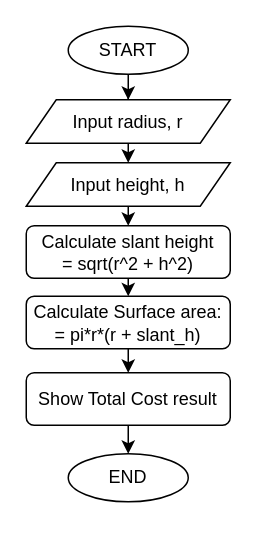
Above: DATA STRUCTURE AND  ALGORITHM/1.10 Volume and Surface area of Sphere .drawio in buicaothe/PYTHON (draw.io), before the change. Source tidied: cells renumbered, new cells numbered last; positions are measured from the earlier drawing's top-left corner, leaving out a move shared by most shapes. Both pictures are drawn from the tidied source at 150%, with x=0, y=0 at pixel (26, 26).
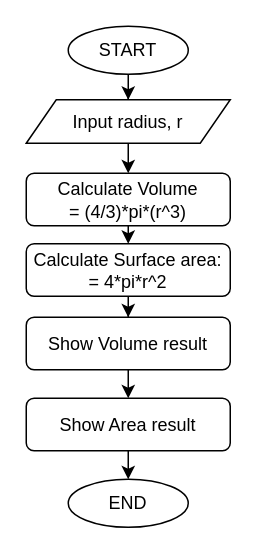
After the change.

Diff of the diagram source:
```diff
@@
 <mxGraphModel>
   <root>
     <mxCell id="0" />
     <mxCell id="1" parent="0" />
     <mxCell id="2" style="edgeStyle=orthogonalEdgeStyle;rounded=0;jettySize=auto;html=1;entryX=0.5;entryY=0;entryDx=0;entryDy=0;" parent="1" edge="1" source="3" target="5">
       <mxGeometry relative="1" as="geometry" />
     </mxCell>
     <mxCell id="3" value="START" style="ellipse;whiteSpace=wrap;html=1;shapeInside=1;" parent="1" vertex="1">
       <mxGeometry x="28" width="80" height="32" as="geometry" />
     </mxCell>
-    <mxCell id="4" style="edgeStyle=orthogonalEdgeStyle;rounded=0;jettySize=auto;html=1;exitX=0.5;exitY=1;exitDx=0;exitDy=0;entryX=0.5;entryY=0;entryDx=0;entryDy=0;" parent="1" edge="1" source="5" target="13">
-      <mxGeometry relative="1" as="geometry" />
-    </mxCell>
+    <mxCell id="16" style="edgeStyle=orthogonalEdgeStyle;rounded=0;jettySize=auto;html=1;exitX=0.5;exitY=1;exitDx=0;exitDy=0;entryX=0.5;entryY=0;entryDx=0;entryDy=0;" parent="1" edge="1" source="5" target="15">
+      <mxGeometry relative="1" as="geometry" />
+    </mxCell>
     <mxCell id="5" value="Input radius, r" style="shape=parallelogram;perimeter=parallelogramPerimeter;whiteSpace=wrap;html=1;shapeInside=1;fixedSize=1;" parent="1" vertex="1">
       <mxGeometry y="49" width="136" height="29" as="geometry" />
     </mxCell>
     <mxCell id="6" style="edgeStyle=orthogonalEdgeStyle;rounded=0;orthogonalLoop=1;jettySize=auto;html=1;innerLoopWaypoints=1;exitX=0.5;exitY=1;exitDx=0;exitDy=0;" parent="1" edge="1">
       <mxGeometry relative="1" as="geometry">
-        <mxPoint x="68" y="179" as="sourcePoint" />
-        <mxPoint x="68" y="179" as="targetPoint" />
+        <mxPoint x="68" y="144" as="sourcePoint" />
+        <mxPoint x="68" y="144" as="targetPoint" />
       </mxGeometry>
     </mxCell>
     <mxCell id="7" style="edgeStyle=orthogonalEdgeStyle;rounded=0;jettySize=auto;html=1;exitX=0.5;exitY=1;exitDx=0;exitDy=0;" parent="1" edge="1" source="8">
       <mxGeometry relative="1" as="geometry">
-        <mxPoint x="68" y="285" as="targetPoint" />
+        <mxPoint x="68" y="302" as="targetPoint" />
       </mxGeometry>
     </mxCell>
-    <mxCell id="8" value="Show Total Cost result" style="rounded=1;whiteSpace=wrap;html=1;" parent="1" vertex="1">
-      <mxGeometry y="231" width="136" height="35" as="geometry" />
+    <mxCell id="8" value="Show Area result" style="rounded=1;whiteSpace=wrap;html=1;" parent="1" vertex="1">
+      <mxGeometry y="248" width="136" height="35" as="geometry" />
     </mxCell>
     <mxCell id="9" value="END" style="ellipse;whiteSpace=wrap;html=1;shapeInside=1;" parent="1" vertex="1">
-      <mxGeometry x="28" y="285" width="80" height="32" as="geometry" />
+      <mxGeometry x="28" y="302" width="80" height="32" as="geometry" />
     </mxCell>
-    <mxCell id="10" style="edgeStyle=orthogonalEdgeStyle;rounded=0;jettySize=auto;html=1;exitX=0.5;exitY=1;exitDx=0;exitDy=0;entryX=0.5;entryY=0;entryDx=0;entryDy=0;" parent="1" edge="1" source="11" target="8">
-      <mxGeometry relative="1" as="geometry" />
-    </mxCell>
+    <mxCell id="17" style="edgeStyle=orthogonalEdgeStyle;rounded=0;jettySize=auto;html=1;" parent="1" edge="1" source="11" target="19">
+      <mxGeometry relative="1" as="geometry" />
+    </mxCell>
-    <mxCell id="11" value="Calculate Surface area:&lt;div&gt;= pi*r*(r + slant_h)&lt;/div&gt;" style="rounded=1;whiteSpace=wrap;html=1;" parent="1" vertex="1">
-      <mxGeometry y="180" width="136" height="35" as="geometry" />
+    <mxCell id="11" value="Calculate Surface area:&lt;div&gt;= 4*pi*r^2&lt;/div&gt;" style="rounded=1;whiteSpace=wrap;html=1;" parent="1" vertex="1">
+      <mxGeometry y="145" width="136" height="35" as="geometry" />
     </mxCell>
-    <mxCell id="12" style="edgeStyle=orthogonalEdgeStyle;rounded=0;jettySize=auto;html=1;exitX=0.5;exitY=1;exitDx=0;exitDy=0;entryX=0.5;entryY=0;entryDx=0;entryDy=0;" parent="1" edge="1" source="13" target="15">
-      <mxGeometry relative="1" as="geometry" />
-    </mxCell>
-    <mxCell id="13" value="Input height, h" style="shape=parallelogram;perimeter=parallelogramPerimeter;whiteSpace=wrap;html=1;shapeInside=1;fixedSize=1;" parent="1" vertex="1">
-      <mxGeometry y="91" width="136" height="29" as="geometry" />
-    </mxCell>
     <mxCell id="14" style="edgeStyle=orthogonalEdgeStyle;rounded=0;jettySize=auto;html=1;exitX=0.5;exitY=1;exitDx=0;exitDy=0;entryX=0.5;entryY=0;entryDx=0;entryDy=0;" parent="1" edge="1" source="15" target="11">
       <mxGeometry relative="1" as="geometry" />
     </mxCell>
-    <mxCell id="15" value="Calculate slant height&lt;br&gt;&lt;div&gt;= sqrt(r^2 + h^2)&lt;/div&gt;" style="rounded=1;whiteSpace=wrap;html=1;" parent="1" vertex="1">
-      <mxGeometry y="133" width="136" height="35" as="geometry" />
+    <mxCell id="15" value="Calculate Volume&lt;br&gt;&lt;div&gt;= (4/3)*pi*(r^3)&lt;/div&gt;" style="rounded=1;whiteSpace=wrap;html=1;" parent="1" vertex="1">
+      <mxGeometry y="98" width="136" height="35" as="geometry" />
     </mxCell>
+    <mxCell id="18" style="edgeStyle=orthogonalEdgeStyle;rounded=0;jettySize=auto;html=1;exitX=0.5;exitY=1;exitDx=0;exitDy=0;entryX=0.5;entryY=0;entryDx=0;entryDy=0;" parent="1" edge="1" source="19" target="8">
+      <mxGeometry relative="1" as="geometry" />
+    </mxCell>
+    <mxCell id="19" value="Show Volume result" style="rounded=1;whiteSpace=wrap;html=1;" parent="1" vertex="1">
+      <mxGeometry y="194" width="136" height="35" as="geometry" />
+    </mxCell>
   </root>
 </mxGraphModel>
```
